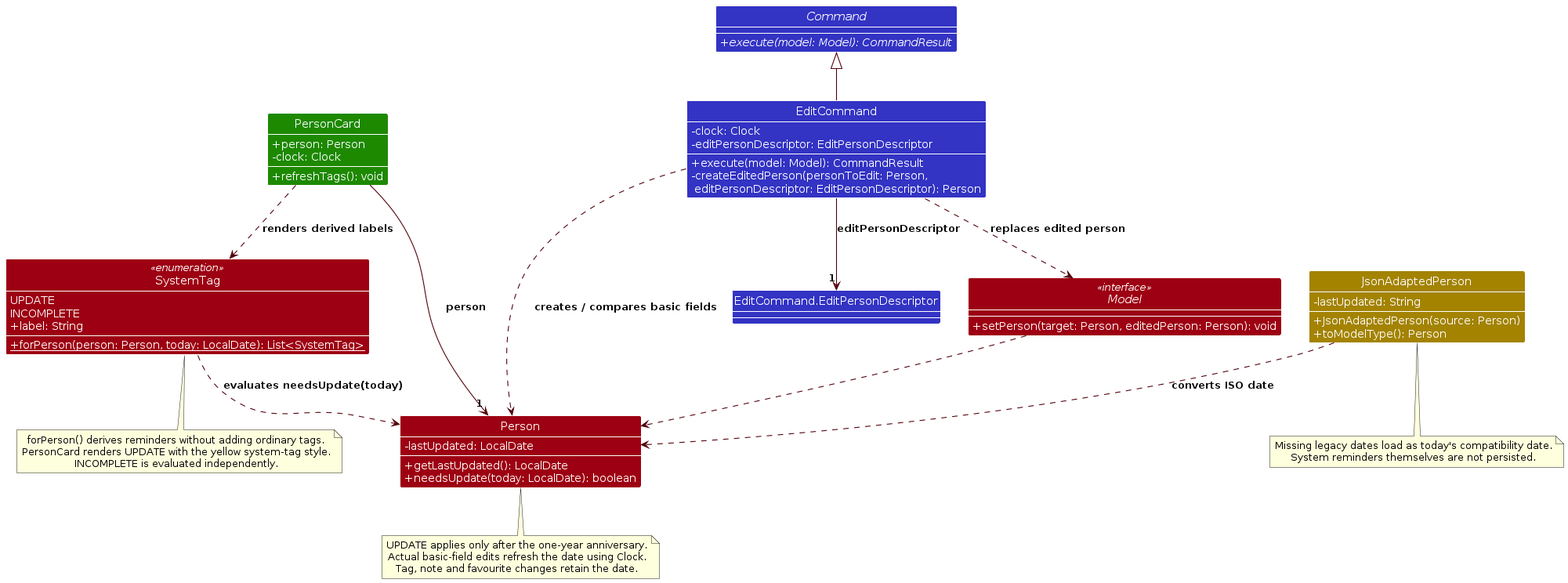
This is diagrams/UpdateReminderClassDiagram.png from AY2627S1-CS2103T-F15-3/tp, a PlantUML export, as it was before one commit. Its source is kept beside it as diagrams/UpdateReminderClassDiagram.puml. The source it was exported from:
```plantuml
@startuml
!include style.puml
show members
skinparam classAttributeIconSize 0
skinparam classAttributeFontColor #FFFFFF
skinparam genericDisplay old
skinparam arrowThickness 1.1
skinparam arrowColor MODEL_COLOR_T4
skinparam classBackgroundColor MODEL_COLOR
top to bottom direction

abstract class Command LOGIC_COLOR {
  {abstract} +execute(model: Model): CommandResult
}
class EditCommand LOGIC_COLOR {
  -clock: Clock
  -editPersonDescriptor: EditPersonDescriptor
  +execute(model: Model): CommandResult
  -createEditedPerson(personToEdit: Person,\n editPersonDescriptor: EditPersonDescriptor): Person
}
class "EditCommand.EditPersonDescriptor" as EditPersonDescriptor LOGIC_COLOR
interface Model <<interface>> {
  +setPerson(target: Person, editedPerson: Person): void
}
class Person {
  -lastUpdated: LocalDate
  +getLastUpdated(): LocalDate
  +needsUpdate(today: LocalDate): boolean
}
enum SystemTag <<enumeration>> {
  UPDATE
  INCOMPLETE
  +label: String
  {static} +forPerson(person: Person, today: LocalDate): List<SystemTag>
}
class PersonCard UI_COLOR {
  +person: Person
  -clock: Clock
  +refreshTags(): void
}
class JsonAdaptedPerson STORAGE_COLOR {
  -lastUpdated: String
  +JsonAdaptedPerson(source: Person)
  +toModelType(): Person
}

EditCommand -up-|> Command
EditCommand --> "1" EditPersonDescriptor : editPersonDescriptor
EditCommand ..> Model : replaces edited person
EditCommand ..> Person : creates / compares basic fields
Model ..> Person
SystemTag ..> Person : evaluates needsUpdate(today)
PersonCard --> "1" Person : person
PersonCard ..> SystemTag : renders derived labels
JsonAdaptedPerson ..> Person : converts ISO date

note bottom of Person
  UPDATE applies only after the one-year anniversary.
  Actual basic-field edits refresh the date using Clock.
  Tag, note and favourite changes retain the date.
end note
note bottom of SystemTag
  forPerson() derives reminders without adding ordinary tags.
  PersonCard renders UPDATE with the yellow system-tag style.
  INCOMPLETE is evaluated independently.
end note
note bottom of JsonAdaptedPerson
  Missing legacy dates load as today's compatibility date.
  System reminders themselves are not persisted.
end note
@enduml
```
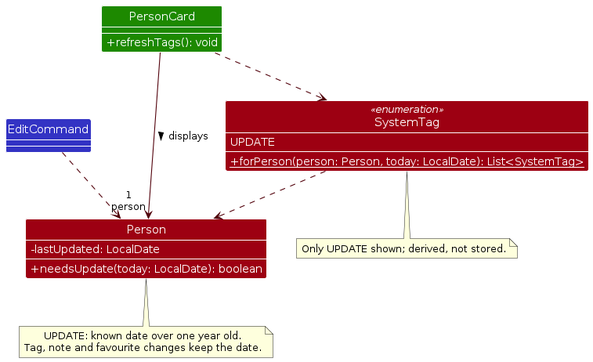
Later version of the same file.

The edit, as a diff of the source:
```diff
@@ -7,65 +7,32 @@
 skinparam arrowThickness 1.1
 skinparam arrowColor MODEL_COLOR_T4
 skinparam classBackgroundColor MODEL_COLOR
+skinparam ArrowFontStyle plain
 top to bottom direction
 
-abstract class Command LOGIC_COLOR {
-  {abstract} +execute(model: Model): CommandResult
-}
-class EditCommand LOGIC_COLOR {
-  -clock: Clock
-  -editPersonDescriptor: EditPersonDescriptor
-  +execute(model: Model): CommandResult
-  -createEditedPerson(personToEdit: Person,\n editPersonDescriptor: EditPersonDescriptor): Person
-}
-class "EditCommand.EditPersonDescriptor" as EditPersonDescriptor LOGIC_COLOR
-interface Model <<interface>> {
-  +setPerson(target: Person, editedPerson: Person): void
-}
+class EditCommand LOGIC_COLOR
 class Person {
   -lastUpdated: LocalDate
-  +getLastUpdated(): LocalDate
   +needsUpdate(today: LocalDate): boolean
 }
 enum SystemTag <<enumeration>> {
   UPDATE
-  INCOMPLETE
-  +label: String
   {static} +forPerson(person: Person, today: LocalDate): List<SystemTag>
 }
 class PersonCard UI_COLOR {
-  +person: Person
-  -clock: Clock
   +refreshTags(): void
 }
-class JsonAdaptedPerson STORAGE_COLOR {
-  -lastUpdated: String
-  +JsonAdaptedPerson(source: Person)
-  +toModelType(): Person
-}
 
-EditCommand -up-|> Command
-EditCommand --> "1" EditPersonDescriptor : editPersonDescriptor
-EditCommand ..> Model : replaces edited person
-EditCommand ..> Person : creates / compares basic fields
-Model ..> Person
-SystemTag ..> Person : evaluates needsUpdate(today)
-PersonCard --> "1" Person : person
-PersonCard ..> SystemTag : renders derived labels
-JsonAdaptedPerson ..> Person : converts ISO date
+EditCommand ..> Person
+SystemTag ..> Person
+PersonCard --> "1\nperson" Person : displays >
+PersonCard ..> SystemTag
 
 note bottom of Person
-  UPDATE applies only after the one-year anniversary.
-  Actual basic-field edits refresh the date using Clock.
-  Tag, note and favourite changes retain the date.
+  UPDATE: known date over one year old.
+  Tag, note and favourite changes keep the date.
 end note
 note bottom of SystemTag
-  forPerson() derives reminders without adding ordinary tags.
-  PersonCard renders UPDATE with the yellow system-tag style.
-  INCOMPLETE is evaluated independently.
-end note
-note bottom of JsonAdaptedPerson
-  Missing legacy dates load as today's compatibility date.
-  System reminders themselves are not persisted.
+  Only UPDATE shown; derived, not stored.
 end note
 @enduml
```
